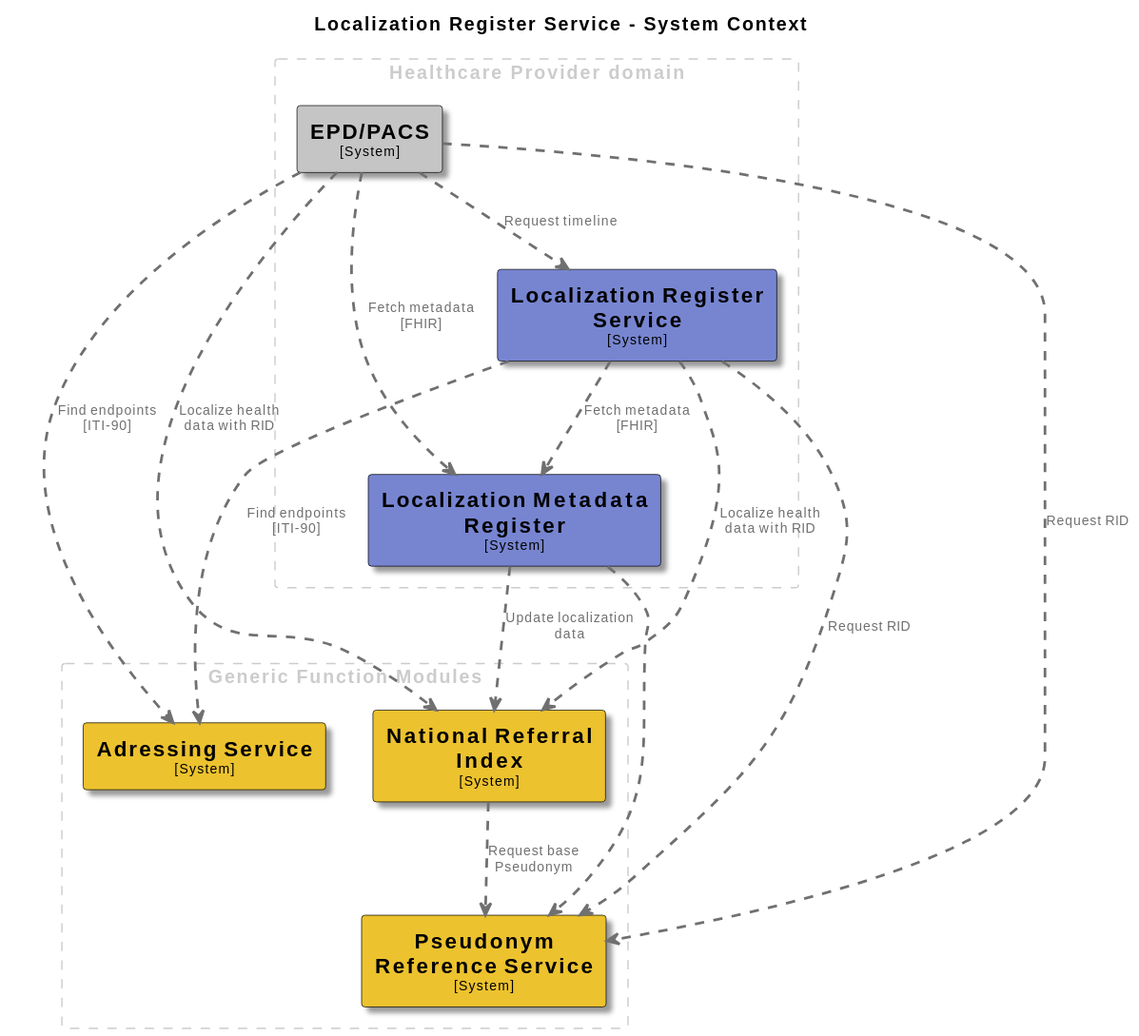
Above: docs/images/structurizr-Architecture.svg in minvws/gfmodules-coordination (PlantUML), before the change.
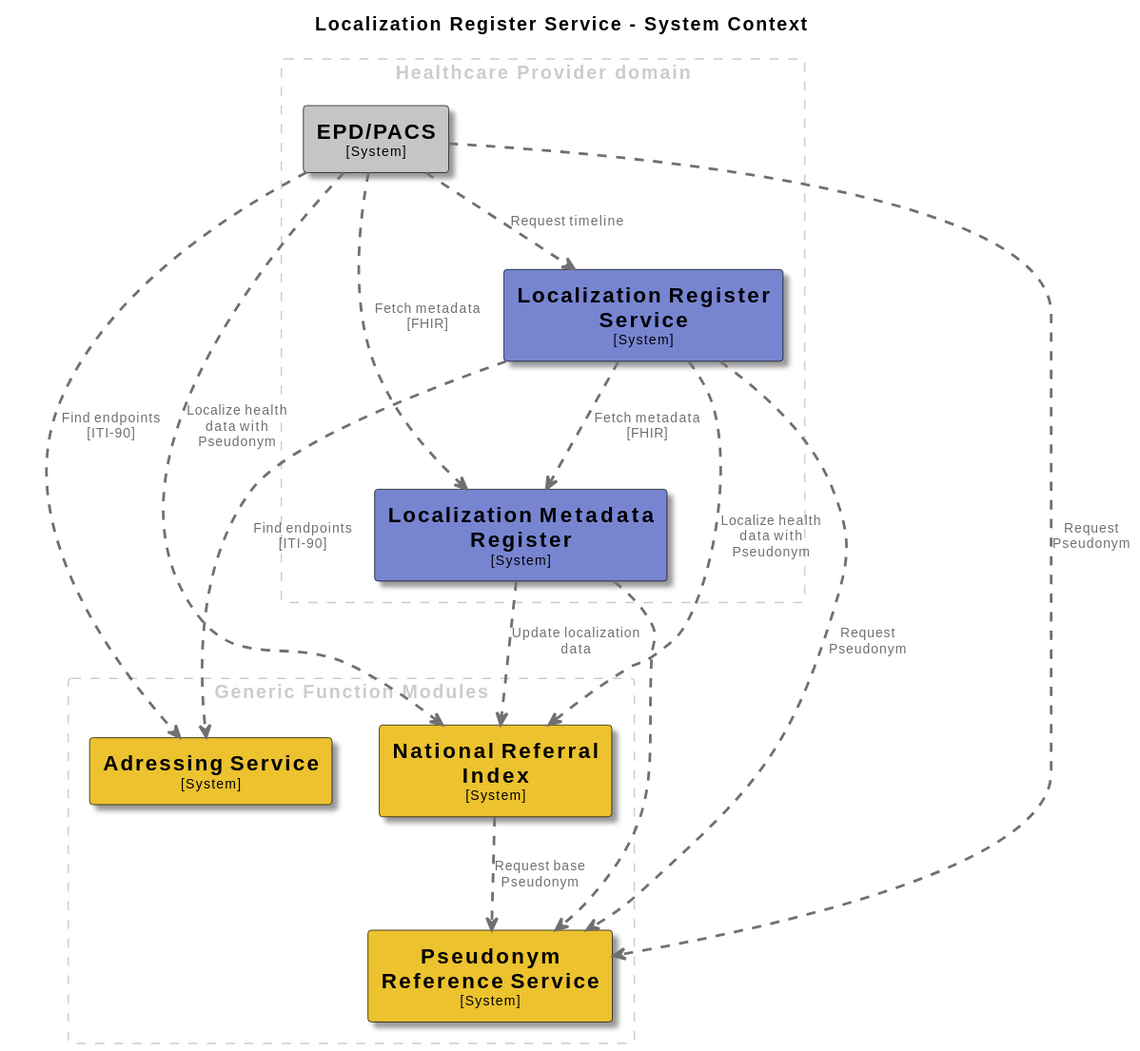
The same diagram one commit later.

Change to the diagram source:
```diff
@@ -74,13 +74,13 @@
 LocalizationMetadataRegister .[#707070,thickness=2].> NationalReferralIndex : "<color:#707070>Update localization data"
 NationalReferralIndex .[#707070,thickness=2].> PseudonymReferenceService : "<color:#707070>Request base Pseudonym"
 LocalizationMetadataRegister .[#707070,thickness=2].> PseudonymReferenceService : "<color:#707070>"
-LocalizationRegisterService .[#707070,thickness=2].> PseudonymReferenceService : "<color:#707070>Request RID"
-LocalizationRegisterService .[#707070,thickness=2].> NationalReferralIndex : "<color:#707070>Localize health data with RID"
+LocalizationRegisterService .[#707070,thickness=2].> PseudonymReferenceService : "<color:#707070>Request Pseudonym"
+LocalizationRegisterService .[#707070,thickness=2].> NationalReferralIndex : "<color:#707070>Localize health data with Pseudonym"
 LocalizationRegisterService .[#707070,thickness=2].> AdressingService : "<color:#707070>Find endpoints [ITI-90]"
 LocalizationRegisterService .[#707070,thickness=2].> LocalizationMetadataRegister : "<color:#707070>Fetch metadata [FHIR]"
-EPDPACS .[#707070,thickness=2].> NationalReferralIndex : "<color:#707070>Localize health data with RID"
+EPDPACS .[#707070,thickness=2].> NationalReferralIndex : "<color:#707070>Localize health data with Pseudonym"
 EPDPACS .[#707070,thickness=2].> AdressingService : "<color:#707070>Find endpoints [ITI-90]"
 EPDPACS .[#707070,thickness=2].> LocalizationMetadataRegister : "<color:#707070>Fetch metadata [FHIR]"
-EPDPACS .[#707070,thickness=2].> PseudonymReferenceService : "<color:#707070>Request RID"
+EPDPACS .[#707070,thickness=2].> PseudonymReferenceService : "<color:#707070>Request Pseudonym"
 EPDPACS .[#707070,thickness=2].> LocalizationRegisterService : "<color:#707070>Request timeline"
 @enduml
```
